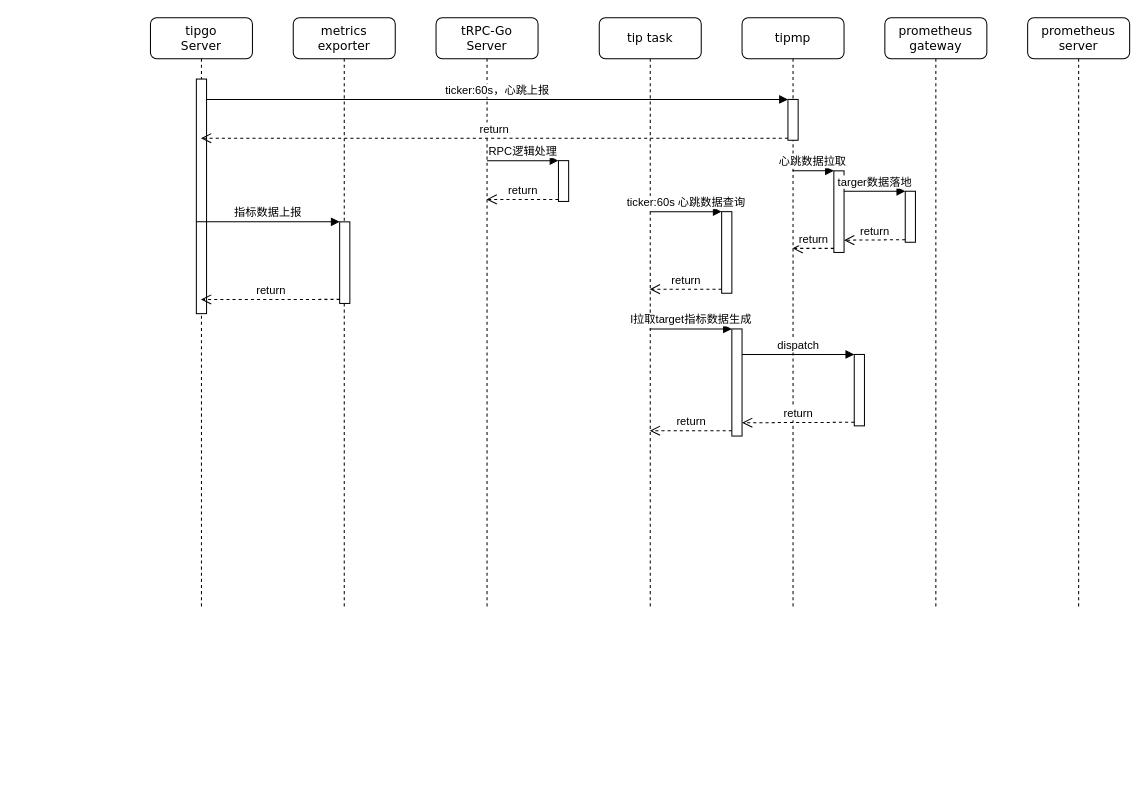
Before: prometheus.drawio in mafagan/yunPicture, a draw.io diagram. Source tidied: cells renumbered, new cells numbered last; positions are measured from the earlier drawing's top-left corner, leaving out a move shared by most shapes. Both pictures are drawn from the tidied source at 102%, with x=0, y=0 at pixel (150, 17).
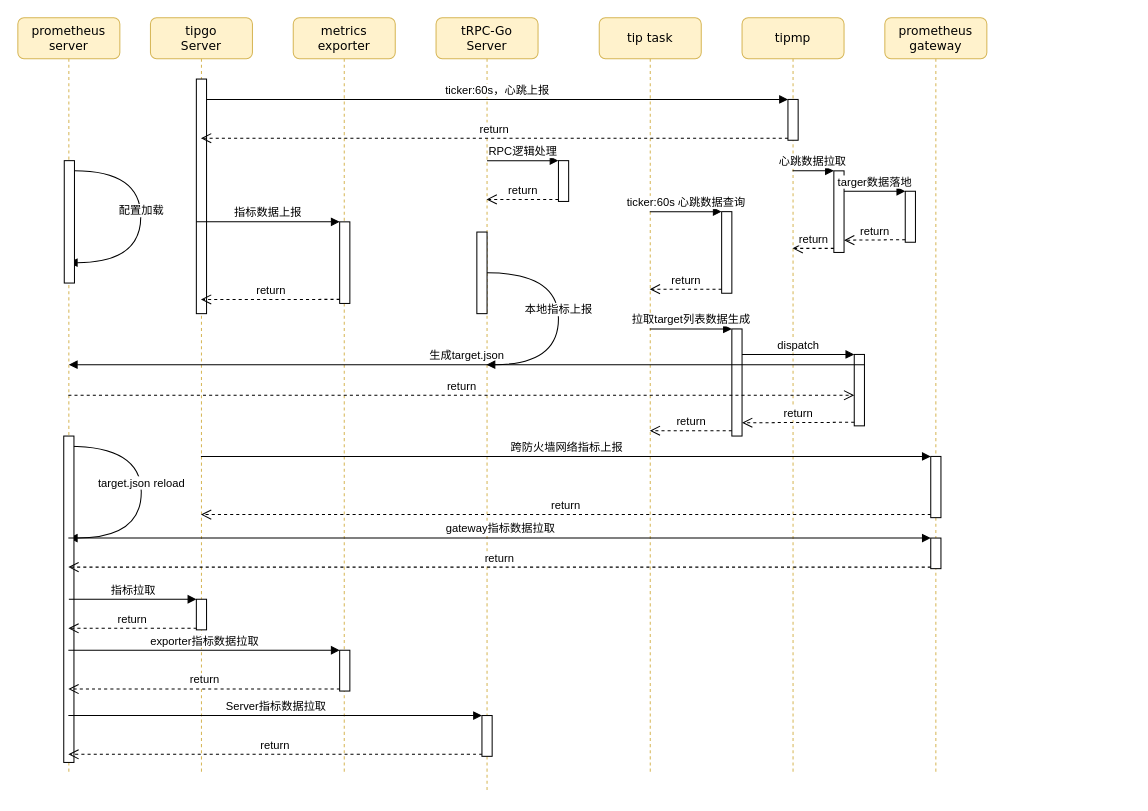
The same page after the edit.

The change refers to these unchanged cells:
```xml
<mxCell id="28" style="html=1;points=[];perimeter=orthogonalPerimeter;" parent="1" vertex="1">
  <mxGeometry x="570" y="305" width="10" height="105" as="geometry" />
</mxCell>
<mxCell id="31" style="html=1;points=[];perimeter=orthogonalPerimeter;" parent="1" vertex="1">
  <mxGeometry x="690" y="330" width="10" height="70" as="geometry" />
</mxCell>
```

Change to the diagram source:
```diff
@@
-    <mxCell id="2" value="tRPC-Go&lt;br&gt;Server" style="shape=umlLifeline;perimeter=lifelinePerimeter;whiteSpace=wrap;html=1;outlineConnect=0;rounded=1;shadow=0;comic=0;labelBackgroundColor=none;strokeWidth=1;fontFamily=Verdana;fontSize=12;align=center;" parent="1" vertex="1">
-      <mxGeometry x="280" width="100" height="580" as="geometry" />
+    <mxCell id="2" value="tRPC-Go&lt;br&gt;Server" style="shape=umlLifeline;perimeter=lifelinePerimeter;whiteSpace=wrap;html=1;outlineConnect=0;rounded=1;shadow=0;comic=0;labelBackgroundColor=none;strokeWidth=1;fontFamily=Verdana;fontSize=12;align=center;fillColor=#fff2cc;strokeColor=#d6b656;" parent="1" vertex="1">
+      <mxGeometry x="280" width="100" height="760" as="geometry" />
     </mxCell>
+    <mxCell id="34" style="html=1;points=[];perimeter=orthogonalPerimeter;" parent="2" vertex="1">
+      <mxGeometry x="45" y="684" width="10" height="40" as="geometry" />
+    </mxCell>
-    <mxCell id="3" value="prometheus&lt;br&gt;gateway" style="shape=umlLifeline;perimeter=lifelinePerimeter;whiteSpace=wrap;html=1;rounded=1;shadow=0;comic=0;labelBackgroundColor=none;strokeWidth=1;fontFamily=Verdana;fontSize=12;align=center;" parent="1" vertex="1">
-      <mxGeometry x="720" width="100" height="580" as="geometry" />
+    <mxCell id="3" value="prometheus&lt;br&gt;gateway" style="shape=umlLifeline;perimeter=lifelinePerimeter;whiteSpace=wrap;html=1;rounded=1;shadow=0;comic=0;labelBackgroundColor=none;strokeWidth=1;fontFamily=Verdana;fontSize=12;align=center;fillColor=#fff2cc;strokeColor=#d6b656;" parent="1" vertex="1">
+      <mxGeometry x="720" width="100" height="740" as="geometry" />
     </mxCell>
@@
+    <mxCell id="35" style="html=1;points=[];perimeter=orthogonalPerimeter;" parent="3" vertex="1">
+      <mxGeometry x="45" y="430" width="10" height="60" as="geometry" />
+    </mxCell>
+    <mxCell id="36" style="html=1;points=[];perimeter=orthogonalPerimeter;" parent="3" vertex="1">
+      <mxGeometry x="45" y="510" width="10" height="30" as="geometry" />
+    </mxCell>
-    <mxCell id="5" value="prometheus&lt;br&gt;server" style="shape=umlLifeline;perimeter=lifelinePerimeter;whiteSpace=wrap;html=1;outlineConnect=0;rounded=1;shadow=0;comic=0;labelBackgroundColor=none;strokeWidth=1;fontFamily=Verdana;fontSize=12;align=center;" parent="1" vertex="1">
-      <mxGeometry x="860" width="100" height="580" as="geometry" />
+    <mxCell id="5" value="prometheus&lt;br&gt;server" style="shape=umlLifeline;perimeter=lifelinePerimeter;whiteSpace=wrap;html=1;outlineConnect=0;rounded=1;shadow=0;comic=0;labelBackgroundColor=none;strokeWidth=1;fontFamily=Verdana;fontSize=12;align=center;fillColor=#fff2cc;strokeColor=#d6b656;" parent="1" vertex="1">
+      <mxGeometry x="-130" width="100" height="740" as="geometry" />
     </mxCell>
+    <mxCell id="37" value="配置加载" style="html=1;verticalAlign=bottom;endArrow=block;rounded=0;edgeStyle=orthogonalEdgeStyle;curved=1;startArrow=none;" parent="5" edge="1" source="38">
+      <mxGeometry relative="1" as="geometry">
+        <mxPoint x="50" y="240" as="targetPoint" />
+        <Array as="points">
+          <mxPoint x="120.5" y="150" />
+          <mxPoint x="120.5" y="240" />
+        </Array>
+      </mxGeometry>
+    </mxCell>
+    <mxCell id="38" style="html=1;points=[];perimeter=orthogonalPerimeter;" parent="5" vertex="1">
+      <mxGeometry x="45.5" y="140" width="10" height="120" as="geometry" />
+    </mxCell>
+    <mxCell id="39" value="target.json reload" style="html=1;verticalAlign=bottom;endArrow=block;rounded=0;edgeStyle=orthogonalEdgeStyle;curved=1;startArrow=none;" parent="5" edge="1" source="5">
+      <mxGeometry relative="1" as="geometry">
+        <mxPoint x="50" y="510" as="targetPoint" />
+        <Array as="points">
+          <mxPoint x="121" y="420" />
+          <mxPoint x="121" y="510" />
+        </Array>
+      </mxGeometry>
+    </mxCell>
+    <mxCell id="40" style="html=1;perimeter=orthogonalPerimeter;" parent="5" vertex="1">
+      <mxGeometry x="45" y="410" width="10" height="320" as="geometry" />
+    </mxCell>
-    <mxCell id="6" value="tip task" style="shape=umlLifeline;perimeter=lifelinePerimeter;whiteSpace=wrap;html=1;outlineConnect=0;rounded=1;shadow=0;comic=0;labelBackgroundColor=none;strokeWidth=1;fontFamily=Verdana;fontSize=12;align=center;" parent="1" vertex="1">
-      <mxGeometry x="440" width="100" height="580" as="geometry" />
+    <mxCell id="6" value="tip task" style="shape=umlLifeline;perimeter=lifelinePerimeter;whiteSpace=wrap;html=1;outlineConnect=0;rounded=1;shadow=0;comic=0;labelBackgroundColor=none;strokeWidth=1;fontFamily=Verdana;fontSize=12;align=center;fillColor=#fff2cc;strokeColor=#d6b656;" parent="1" vertex="1">
+      <mxGeometry x="440" width="100" height="740" as="geometry" />
     </mxCell>
-    <mxCell id="7" value="tipmp" style="shape=umlLifeline;perimeter=lifelinePerimeter;whiteSpace=wrap;html=1;outlineConnect=0;rounded=1;shadow=0;comic=0;labelBackgroundColor=none;strokeWidth=1;fontFamily=Verdana;fontSize=12;align=center;" parent="1" vertex="1">
-      <mxGeometry x="580" width="100" height="580" as="geometry" />
+    <mxCell id="7" value="tipmp" style="shape=umlLifeline;perimeter=lifelinePerimeter;whiteSpace=wrap;html=1;outlineConnect=0;rounded=1;shadow=0;comic=0;labelBackgroundColor=none;strokeWidth=1;fontFamily=Verdana;fontSize=12;align=center;fillColor=#fff2cc;strokeColor=#d6b656;" parent="1" vertex="1">
+      <mxGeometry x="580" width="100" height="740" as="geometry" />
     </mxCell>
@@
-    <mxCell id="12" value="metrics exporter" style="shape=umlLifeline;perimeter=lifelinePerimeter;whiteSpace=wrap;html=1;rounded=1;shadow=0;comic=0;labelBackgroundColor=none;strokeWidth=1;fontFamily=Verdana;fontSize=12;align=center;" parent="1" vertex="1">
-      <mxGeometry x="140" width="100" height="580" as="geometry" />
+    <mxCell id="12" value="metrics exporter" style="shape=umlLifeline;perimeter=lifelinePerimeter;whiteSpace=wrap;html=1;rounded=1;shadow=0;comic=0;labelBackgroundColor=none;strokeWidth=1;fontFamily=Verdana;fontSize=12;align=center;fillColor=#fff2cc;strokeColor=#d6b656;" parent="1" vertex="1">
+      <mxGeometry x="140" width="100" height="740" as="geometry" />
     </mxCell>
@@
+    <mxCell id="41" style="html=1;points=[];perimeter=orthogonalPerimeter;" parent="12" vertex="1">
+      <mxGeometry x="45.5" y="620" width="10" height="40" as="geometry" />
+    </mxCell>
-    <mxCell id="14" value="tipgo&lt;br&gt;Server" style="shape=umlLifeline;perimeter=lifelinePerimeter;whiteSpace=wrap;html=1;outlineConnect=0;rounded=1;shadow=0;comic=0;labelBackgroundColor=none;strokeWidth=1;fontFamily=Verdana;fontSize=12;align=center;" parent="1" vertex="1">
-      <mxGeometry width="100" height="580" as="geometry" />
+    <mxCell id="14" value="tipgo&lt;br&gt;Server" style="shape=umlLifeline;perimeter=lifelinePerimeter;whiteSpace=wrap;html=1;outlineConnect=0;rounded=1;shadow=0;comic=0;labelBackgroundColor=none;strokeWidth=1;fontFamily=Verdana;fontSize=12;align=center;fillColor=#fff2cc;strokeColor=#d6b656;" parent="1" vertex="1">
+      <mxGeometry width="100" height="740" as="geometry" />
     </mxCell>
@@
+    <mxCell id="42" style="html=1;points=[];perimeter=orthogonalPerimeter;" parent="14" vertex="1">
+      <mxGeometry x="45" y="570" width="10" height="30" as="geometry" />
+    </mxCell>
@@
-    <mxCell id="29" value="l拉取target指标数据生成" style="html=1;verticalAlign=bottom;endArrow=block;entryX=0;entryY=0;rounded=0;" parent="1" edge="1" source="6" target="28">
+    <mxCell id="29" value="拉取target列表数据生成" style="html=1;verticalAlign=bottom;endArrow=block;entryX=0;entryY=0;rounded=0;" parent="1" edge="1" source="6" target="28">
       <mxGeometry relative="1" as="geometry" />
     </mxCell>
@@
+    <mxCell id="43" value="生成target.json" style="html=1;verticalAlign=bottom;endArrow=block;entryX=0;entryY=0;rounded=0;exitX=1;exitY=0.143;exitDx=0;exitDy=0;exitPerimeter=0;" parent="1" edge="1" source="31">
+      <mxGeometry relative="1" as="geometry">
+        <mxPoint x="-80" y="340" as="targetPoint" />
+      </mxGeometry>
+    </mxCell>
+    <mxCell id="44" value="return" style="html=1;verticalAlign=bottom;endArrow=open;dashed=1;endSize=8;rounded=0;" parent="1" edge="1" source="5" target="31">
+      <mxGeometry relative="1" as="geometry" />
+    </mxCell>
+    <mxCell id="45" value="本地指标上报" style="html=1;verticalAlign=bottom;endArrow=block;rounded=0;edgeStyle=orthogonalEdgeStyle;curved=1;startArrow=none;" parent="1" edge="1" source="46" target="2">
+      <mxGeometry relative="1" as="geometry">
+        <Array as="points">
+          <mxPoint x="400" y="250" />
+          <mxPoint x="400" y="340" />
+        </Array>
+      </mxGeometry>
+    </mxCell>
+    <mxCell id="46" style="html=1;points=[];perimeter=orthogonalPerimeter;" parent="1" vertex="1">
+      <mxGeometry x="320" y="210" width="10" height="80" as="geometry" />
+    </mxCell>
+    <mxCell id="47" value="跨防火墙网络指标上报" style="html=1;verticalAlign=bottom;endArrow=block;entryX=0;entryY=0;rounded=0;curved=1;" parent="1" edge="1" source="14" target="35">
+      <mxGeometry relative="1" as="geometry" />
+    </mxCell>
+    <mxCell id="48" value="return" style="html=1;verticalAlign=bottom;endArrow=open;dashed=1;endSize=8;exitX=0;exitY=0.95;rounded=0;curved=1;" parent="1" edge="1" source="35" target="14">
+      <mxGeometry relative="1" as="geometry" />
+    </mxCell>
+    <mxCell id="49" value="gateway指标数据拉取" style="html=1;verticalAlign=bottom;endArrow=block;entryX=0;entryY=0;rounded=0;curved=1;" parent="1" edge="1" source="5" target="36">
+      <mxGeometry relative="1" as="geometry" />
+    </mxCell>
+    <mxCell id="50" value="return" style="html=1;verticalAlign=bottom;endArrow=open;dashed=1;endSize=8;exitX=0;exitY=0.95;rounded=0;curved=1;" parent="1" edge="1" source="36" target="5">
+      <mxGeometry relative="1" as="geometry" />
+    </mxCell>
+    <mxCell id="51" value="指标拉取" style="html=1;verticalAlign=bottom;endArrow=block;entryX=0;entryY=0;rounded=0;curved=1;" parent="1" edge="1" target="42">
+      <mxGeometry relative="1" as="geometry">
+        <mxPoint x="-80" y="570" as="sourcePoint" />
+      </mxGeometry>
+    </mxCell>
+    <mxCell id="52" value="return" style="html=1;verticalAlign=bottom;endArrow=open;dashed=1;endSize=8;exitX=0;exitY=0.95;rounded=0;curved=1;" parent="1" edge="1" source="42" target="5">
+      <mxGeometry relative="1" as="geometry" />
+    </mxCell>
+    <mxCell id="53" value="exporter指标数据拉取" style="html=1;verticalAlign=bottom;endArrow=block;entryX=0;entryY=0;rounded=0;curved=1;" parent="1" edge="1" source="5" target="41">
+      <mxGeometry relative="1" as="geometry" />
+    </mxCell>
+    <mxCell id="54" value="return" style="html=1;verticalAlign=bottom;endArrow=open;dashed=1;endSize=8;exitX=0;exitY=0.95;rounded=0;curved=1;" parent="1" edge="1" source="41" target="5">
+      <mxGeometry relative="1" as="geometry" />
+    </mxCell>
+    <mxCell id="55" value="Server指标数据拉取" style="html=1;verticalAlign=bottom;endArrow=block;entryX=0;entryY=0;rounded=0;curved=1;" parent="1" edge="1" source="5" target="34">
+      <mxGeometry relative="1" as="geometry" />
+    </mxCell>
+    <mxCell id="56" value="return" style="html=1;verticalAlign=bottom;endArrow=open;dashed=1;endSize=8;exitX=0;exitY=0.95;rounded=0;curved=1;" parent="1" edge="1" source="34" target="5">
+      <mxGeometry relative="1" as="geometry" />
+    </mxCell>
```
